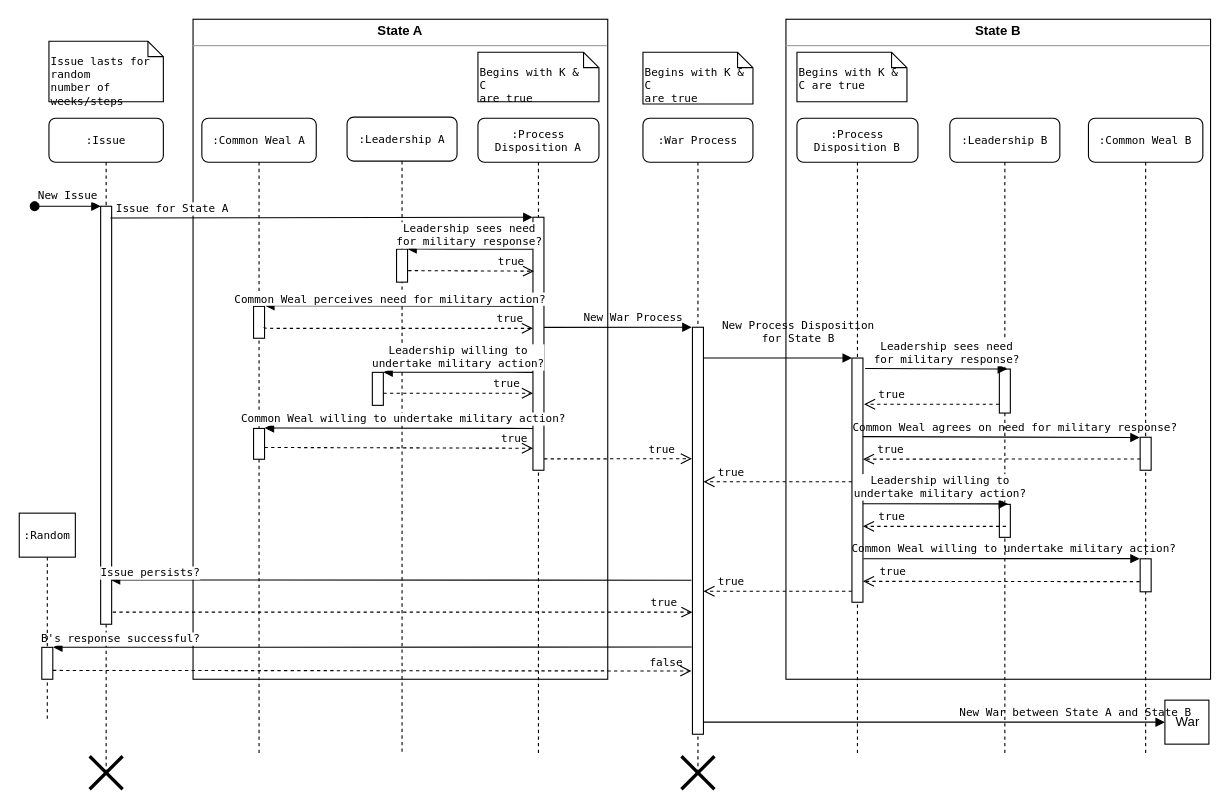
The draw.io diagram documentation/Untitled Diagram.drawio in usuallycwdillon/george, before the edit. Source tidied: cells renumbered, new cells numbered last; positions are measured from the earlier drawing's top-left corner, leaving out a move shared by most shapes. Both pictures are drawn from the tidied source at 110%, with x=0, y=0 at pixel (-66, 19).
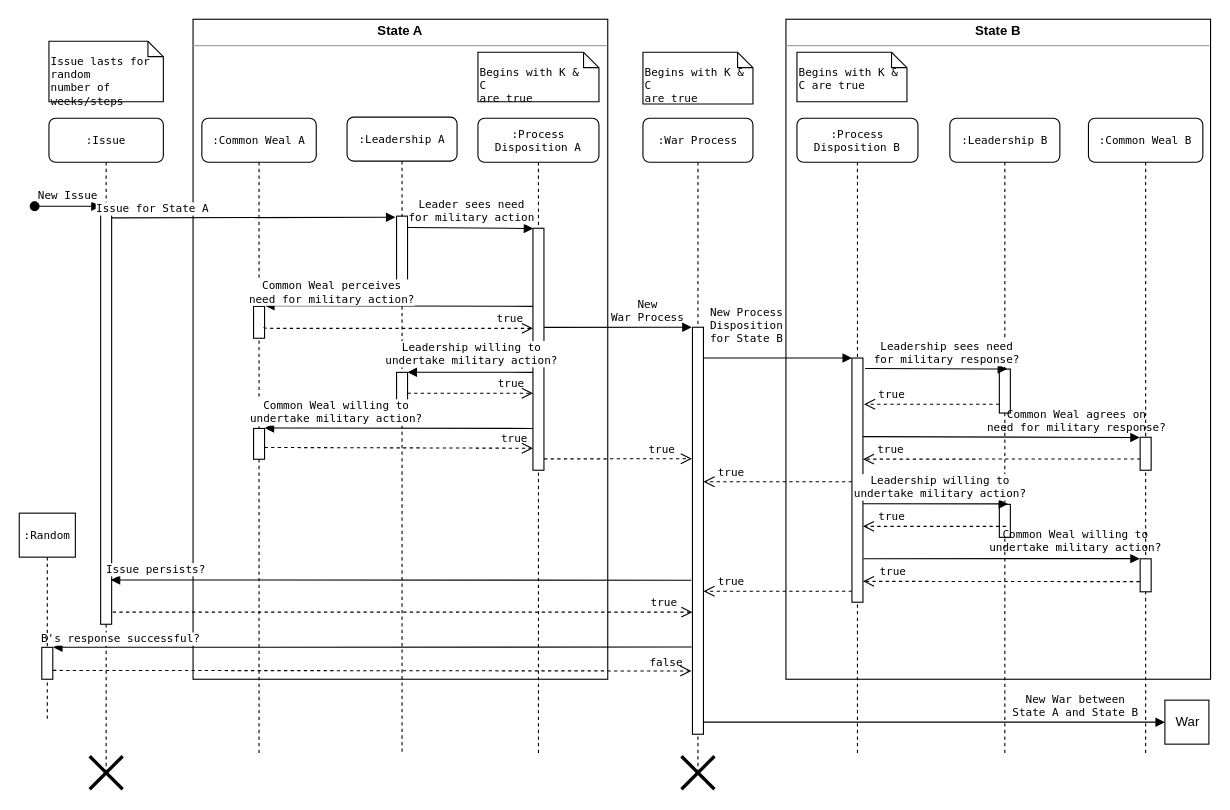
The same diagram, later.

Commit message:
final intl-domestic canonical process

Unchanged cells that the change refers to:
```xml
<mxCell id="4" value=":Process Disposition A" style="shape=umlLifeline;perimeter=lifelinePerimeter;whiteSpace=wrap;html=1;rounded=1;shadow=0;comic=0;labelBackgroundColor=none;strokeColor=#000000;strokeWidth=1;fillColor=#FFFFFF;fontFamily=Lucida Console;fontSize=10;fontColor=#000000;align=center;" parent="1" vertex="1">
  <mxGeometry x="494" y="90" width="110" height="580" as="geometry" />
</mxCell>
<mxCell id="13" value=":Leadership A" style="shape=umlLifeline;perimeter=lifelinePerimeter;whiteSpace=wrap;html=1;rounded=1;shadow=0;comic=0;labelBackgroundColor=none;strokeColor=#000000;strokeWidth=1;fillColor=#FFFFFF;fontFamily=Lucida Console;fontSize=10;fontColor=#000000;align=center;" parent="1" vertex="1">
  <mxGeometry x="375" y="89" width="100" height="580" as="geometry" />
</mxCell>
<mxCell id="25" style="html=1;points=[];perimeter=orthogonalPerimeter;rounded=0;shadow=0;comic=0;labelBackgroundColor=none;strokeColor=#000000;strokeWidth=1;fillColor=#FFFFFF;fontFamily=Lucida Console;fontSize=10;fontColor=#000000;align=center;" parent="24" vertex="1">
  <mxGeometry x="47" y="290" width="10" height="30" as="geometry" />
</mxCell>
<mxCell id="26" style="html=1;points=[];perimeter=orthogonalPerimeter;rounded=0;shadow=0;comic=0;labelBackgroundColor=none;strokeColor=#000000;strokeWidth=1;fillColor=#FFFFFF;fontFamily=Lucida Console;fontSize=10;fontColor=#000000;align=center;" parent="24" vertex="1">
  <mxGeometry x="47" y="400.5" width="10" height="30" as="geometry" />
</mxCell>
<mxCell id="28" style="html=1;points=[];perimeter=orthogonalPerimeter;rounded=0;shadow=0;comic=0;labelBackgroundColor=none;strokeColor=#000000;strokeWidth=1;fillColor=#FFFFFF;fontFamily=Lucida Console;fontSize=10;fontColor=#000000;align=center;" parent="27" vertex="1">
  <mxGeometry x="47" y="80" width="10" height="380" as="geometry" />
</mxCell>
<mxCell id="34" style="html=1;verticalAlign=bottom;endArrow=block;fontFamily=Lucida Console;fontSize=10;entryX=1.053;entryY=-0.018;entryDx=0;entryDy=0;entryPerimeter=0;" parent="1" edge="1" target="22">
  <mxGeometry relative="1" as="geometry">
    <mxPoint x="544" y="261" as="sourcePoint" />
  </mxGeometry>
</mxCell>
<mxCell id="42" style="html=1;verticalAlign=bottom;endArrow=block;fontFamily=Lucida Console;fontSize=10;entryX=1.013;entryY=-0.014;entryDx=0;entryDy=0;entryPerimeter=0;" parent="1" edge="1" target="23">
  <mxGeometry relative="1" as="geometry">
    <mxPoint x="544" y="372" as="sourcePoint" />
  </mxGeometry>
</mxCell>
<mxCell id="44" style="html=1;verticalAlign=bottom;endArrow=block;fontFamily=Lucida Console;fontSize=10;entryX=1;entryY=-0.005;entryDx=0;entryDy=0;entryPerimeter=0;" parent="1" edge="1" target="41">
  <mxGeometry relative="1" as="geometry">
    <mxPoint x="544" y="321" as="sourcePoint" />
  </mxGeometry>
</mxCell>
<mxCell id="55" style="html=1;verticalAlign=bottom;endArrow=block;fontFamily=Lucida Console;fontSize=10;entryX=0.924;entryY=0.894;entryDx=0;entryDy=0;entryPerimeter=0;" parent="1" edge="1" target="28">
  <mxGeometry relative="1" as="geometry">
    <mxPoint x="688" y="510" as="sourcePoint" />
  </mxGeometry>
</mxCell>
<mxCell id="58" value="War" style="html=1;" parent="1" vertex="1">
  <mxGeometry x="1118.5" y="619" width="40" height="40" as="geometry" />
</mxCell>
```

What changed in the source:
```diff
@@
     <mxCell id="5" style="html=1;points=[];perimeter=orthogonalPerimeter;rounded=0;shadow=0;comic=0;labelBackgroundColor=none;strokeColor=#000000;strokeWidth=1;fillColor=#FFFFFF;fontFamily=Lucida Console;fontSize=10;fontColor=#000000;align=center;" parent="4" vertex="1">
-      <mxGeometry x="50" y="90" width="10" height="230" as="geometry" />
+      <mxGeometry x="50" y="100" width="10" height="220" as="geometry" />
     </mxCell>
@@
     <mxCell id="14" style="html=1;points=[];perimeter=orthogonalPerimeter;rounded=0;shadow=0;comic=0;labelBackgroundColor=none;strokeColor=#000000;strokeWidth=1;fillColor=#FFFFFF;fontFamily=Lucida Console;fontSize=10;fontColor=#000000;align=center;" parent="13" vertex="1">
-      <mxGeometry x="45" y="120" width="10" height="30" as="geometry" />
+      <mxGeometry x="45" y="90" width="10" height="60" as="geometry" />
     </mxCell>
+    <mxCell id="41" style="html=1;points=[];perimeter=orthogonalPerimeter;rounded=0;shadow=0;comic=0;labelBackgroundColor=none;strokeColor=#000000;strokeWidth=1;fillColor=#FFFFFF;fontFamily=Lucida Console;fontSize=10;fontColor=#000000;align=center;" parent="13" vertex="1">
+      <mxGeometry x="45" y="232" width="10" height="30" as="geometry" />
+    </mxCell>
@@
-    <mxCell id="16" value="New Process Disposition &lt;br&gt;for State B" style="html=1;verticalAlign=bottom;endArrow=block;labelBackgroundColor=none;fontFamily=Lucida Console;fontSize=10;edgeStyle=elbowEdgeStyle;elbow=vertical;" parent="1" edge="1">
-      <mxGeometry x="0.27" y="9" relative="1" as="geometry">
+    <mxCell id="16" value="New Process &lt;br&gt;Disposition &lt;br&gt;for State B" style="html=1;verticalAlign=bottom;endArrow=block;labelBackgroundColor=none;fontFamily=Lucida Console;fontSize=10;edgeStyle=elbowEdgeStyle;elbow=vertical;" parent="1" edge="1">
+      <mxGeometry x="-0.04" y="28" relative="1" as="geometry">
         <mxPoint x="699" y="308" as="sourcePoint" />
         <mxPoint x="834" y="308" as="targetPoint" />
         <Array as="points">
           <mxPoint x="764" y="308" />
         </Array>
+        <mxPoint x="-26" y="19" as="offset" />
       </mxGeometry>
     </mxCell>
-    <mxCell id="17" value="Common Weal agrees on need for military response?" style="html=1;verticalAlign=bottom;endArrow=block;entryX=-0.038;entryY=0.008;labelBackgroundColor=none;fontFamily=Lucida Console;fontSize=10;entryDx=0;entryDy=0;entryPerimeter=0;" parent="1" edge="1" target="25">
-      <mxGeometry x="0.1" relative="1" as="geometry">
+    <mxCell id="17" value="Common Weal agrees on &lt;br&gt;need for military response?" style="html=1;verticalAlign=bottom;endArrow=block;entryX=-0.038;entryY=0.008;labelBackgroundColor=none;fontFamily=Lucida Console;fontSize=10;entryDx=0;entryDy=0;entryPerimeter=0;" parent="1" edge="1" target="25">
+      <mxGeometry x="0.54" relative="1" as="geometry">
         <mxPoint x="844" y="379.4" as="sourcePoint" />
       </mxGeometry>
     </mxCell>
@@
-    <mxCell id="33" value="&lt;font style=&quot;font-size: 10px;&quot;&gt;Issue for State A&amp;nbsp;&lt;/font&gt;" style="html=1;verticalAlign=bottom;endArrow=block;fontFamily=Lucida Console;fontSize=10;exitX=0.893;exitY=0.028;exitDx=0;exitDy=0;exitPerimeter=0;entryX=-0.033;entryY=0;entryDx=0;entryDy=0;entryPerimeter=0;" parent="1" edge="1" source="28" target="5">
-      <mxGeometry x="-0.69" relative="1" as="geometry" />
+    <mxCell id="33" value="&lt;font style=&quot;font-size: 10px;&quot;&gt;Issue for State A&amp;nbsp;&lt;/font&gt;" style="html=1;verticalAlign=bottom;endArrow=block;fontFamily=Lucida Console;fontSize=10;exitX=0.893;exitY=0.028;exitDx=0;exitDy=0;exitPerimeter=0;" parent="1" edge="1">
+      <mxGeometry x="-0.69" relative="1" as="geometry">
+        <mxPoint x="161" y="180.6" as="sourcePoint" />
+        <mxPoint x="419" y="180" as="targetPoint" />
+      </mxGeometry>
     </mxCell>
@@
-    <mxCell id="35" value="Common Weal perceives need for military action?" style="text;html=1;align=center;verticalAlign=middle;labelBackgroundColor=#ffffff;fontSize=10;fontFamily=Lucida Console;" parent="34" vertex="1">
+    <mxCell id="35" value="Common Weal perceives &lt;br&gt;need for military action?" style="text;html=1;align=center;verticalAlign=middle;labelBackgroundColor=#ffffff;fontSize=10;fontFamily=Lucida Console;" parent="34" vertex="1">
       <mxGeometry x="0.78" y="1" relative="1" as="geometry">
-        <mxPoint x="87" y="-8.5" as="offset" />
+        <mxPoint x="33.5" y="-14.5" as="offset" />
       </mxGeometry>
     </mxCell>
@@
-    <mxCell id="37" value="New War Process" style="html=1;verticalAlign=bottom;endArrow=block;labelBackgroundColor=none;fontFamily=Lucida Console;fontSize=10;edgeStyle=elbowEdgeStyle;elbow=vertical;entryX=-0.1;entryY=0;entryDx=0;entryDy=0;entryPerimeter=0;" parent="1" edge="1">
-      <mxGeometry x="0.2" relative="1" as="geometry">
+    <mxCell id="37" value="New &lt;br&gt;War Process" style="html=1;verticalAlign=bottom;endArrow=block;labelBackgroundColor=none;fontFamily=Lucida Console;fontSize=10;edgeStyle=elbowEdgeStyle;elbow=vertical;entryX=-0.1;entryY=0;entryDx=0;entryDy=0;entryPerimeter=0;" parent="1" edge="1">
+      <mxGeometry x="0.4" relative="1" as="geometry">
         <mxPoint x="554" y="280.1" as="sourcePoint" />
         <mxPoint x="688.3" y="279.9" as="targetPoint" />
         <Array as="points">
           <mxPoint x="684" y="280" />
         </Array>
       </mxGeometry>
     </mxCell>
@@
-    <mxCell id="41" style="html=1;points=[];perimeter=orthogonalPerimeter;rounded=0;shadow=0;comic=0;labelBackgroundColor=none;strokeColor=#000000;strokeWidth=1;fillColor=#FFFFFF;fontFamily=Lucida Console;fontSize=10;fontColor=#000000;align=center;" parent="1" vertex="1">
-      <mxGeometry x="398" y="321" width="10" height="30" as="geometry" />
-    </mxCell>
@@
-    <mxCell id="43" value="Common Weal willing to undertake military action?" style="text;html=1;align=center;verticalAlign=middle;labelBackgroundColor=#ffffff;fontSize=10;fontFamily=Lucida Console;" parent="42" vertex="1">
+    <mxCell id="43" value="Common Weal willing to &lt;br&gt;undertake military action?" style="text;html=1;align=center;verticalAlign=middle;labelBackgroundColor=#ffffff;fontSize=10;fontFamily=Lucida Console;" parent="42" vertex="1">
       <mxGeometry x="0.78" y="1" relative="1" as="geometry">
-        <mxPoint x="98.5" y="-10" as="offset" />
+        <mxPoint x="37.5" y="-16" as="offset" />
       </mxGeometry>
     </mxCell>
@@
     <mxCell id="45" value="Leadership willing&amp;nbsp;to &lt;br&gt;undertake military action?" style="text;html=1;align=center;verticalAlign=middle;labelBackgroundColor=#ffffff;fontSize=10;fontFamily=Lucida Console;" parent="44" vertex="1">
       <mxGeometry x="-0.24" y="-1" relative="1" as="geometry">
-        <mxPoint x="-17" y="-13" as="offset" />
+        <mxPoint x="-14" y="-16" as="offset" />
       </mxGeometry>
     </mxCell>
@@
-    <mxCell id="51" value="Common Weal willing to undertake military action?" style="html=1;verticalAlign=bottom;endArrow=block;entryX=-0.036;entryY=-0.005;labelBackgroundColor=none;fontFamily=Lucida Console;fontSize=10;exitX=1.056;exitY=0.886;exitDx=0;exitDy=0;exitPerimeter=0;entryDx=0;entryDy=0;entryPerimeter=0;" parent="1" edge="1" target="26">
-      <mxGeometry x="0.09" relative="1" as="geometry">
+    <mxCell id="51" value="Common Weal willing to &lt;br&gt;undertake military action?" style="html=1;verticalAlign=bottom;endArrow=block;entryX=-0.036;entryY=-0.005;labelBackgroundColor=none;fontFamily=Lucida Console;fontSize=10;exitX=1.056;exitY=0.886;exitDx=0;exitDy=0;exitPerimeter=0;entryDx=0;entryDy=0;entryPerimeter=0;" parent="1" edge="1" target="26">
+      <mxGeometry x="0.54" y="1" relative="1" as="geometry">
         <mxPoint x="844.4" y="490.4" as="sourcePoint" />
       </mxGeometry>
     </mxCell>
@@
     <mxCell id="56" value="Issue persists?" style="text;html=1;align=center;verticalAlign=middle;labelBackgroundColor=#ffffff;fontSize=10;fontFamily=Lucida Console;" parent="55" vertex="1">
       <mxGeometry x="0.78" y="1" relative="1" as="geometry">
-        <mxPoint x="-22" y="-8.5" as="offset" />
+        <mxPoint x="-17" y="-11" as="offset" />
       </mxGeometry>
     </mxCell>
@@
-    <mxCell id="62" value="New War between State A and State B" style="html=1;verticalAlign=bottom;endArrow=block;labelBackgroundColor=none;fontFamily=Lucida Console;fontSize=10;entryX=0;entryY=0.5;entryDx=0;entryDy=0;" parent="1" edge="1" target="58">
+    <mxCell id="62" value="New War between &lt;br&gt;State A and State B" style="html=1;verticalAlign=bottom;endArrow=block;labelBackgroundColor=none;fontFamily=Lucida Console;fontSize=10;entryX=0;entryY=0.5;entryDx=0;entryDy=0;" parent="1" edge="1" target="58">
       <mxGeometry x="0.61" relative="1" as="geometry">
         <mxPoint x="699.5" y="639" as="sourcePoint" />
       </mxGeometry>
     </mxCell>
@@
-    <mxCell id="65" style="html=1;verticalAlign=bottom;endArrow=block;fontFamily=Lucida Console;fontSize=10;entryX=0.98;entryY=-0.007;entryDx=0;entryDy=0;entryPerimeter=0;" parent="1" edge="1" target="14">
-      <mxGeometry relative="1" as="geometry">
-        <mxPoint x="544" y="209" as="sourcePoint" />
-        <Array as="points">
-          <mxPoint x="480" y="209" />
-        </Array>
-      </mxGeometry>
-    </mxCell>
-    <mxCell id="66" value="Leadership sees need &lt;br&gt;for military response?" style="text;html=1;align=center;verticalAlign=middle;labelBackgroundColor=#ffffff;fontSize=10;fontFamily=Lucida Console;" parent="65" vertex="1">
-      <mxGeometry x="-0.24" y="-1" relative="1" as="geometry">
-        <mxPoint x="-15.5" y="-13" as="offset" />
-      </mxGeometry>
-    </mxCell>
-    <mxCell id="67" value="true" style="html=1;verticalAlign=bottom;endArrow=open;dashed=1;endSize=8;labelBackgroundColor=none;fontFamily=Lucida Console;fontSize=10;edgeStyle=elbowEdgeStyle;elbow=vertical;exitX=1.06;exitY=0.651;exitDx=0;exitDy=0;exitPerimeter=0;" parent="1" edge="1" source="14">
-      <mxGeometry x="0.63" relative="1" as="geometry">
-        <mxPoint x="545" y="229" as="targetPoint" />
-        <Array as="points">
-          <mxPoint x="545" y="229" />
-          <mxPoint x="593.5" y="311" />
-        </Array>
-      </mxGeometry>
-    </mxCell>
+    <mxCell id="68" value="&lt;font style=&quot;font-size: 10px&quot;&gt;Leader sees need&lt;br&gt;for military action&lt;br&gt;&lt;/font&gt;" style="html=1;verticalAlign=bottom;endArrow=block;fontFamily=Lucida Console;fontSize=10;entryX=0.022;entryY=0.001;entryDx=0;entryDy=0;entryPerimeter=0;exitX=1;exitY=0.172;exitDx=0;exitDy=0;exitPerimeter=0;" parent="1" edge="1" source="14" target="5">
+      <mxGeometry x="0.02" y="1" relative="1" as="geometry" />
+    </mxCell>
```
